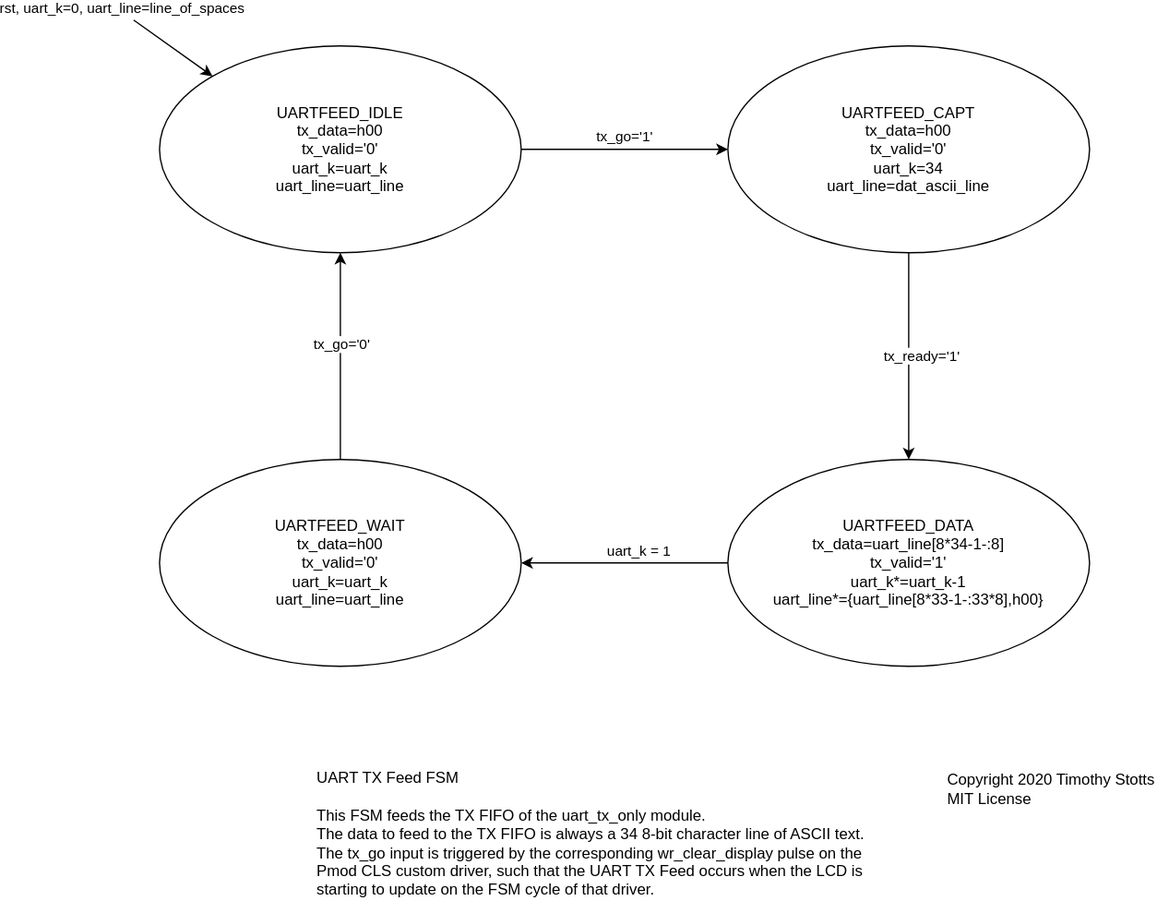
The draw.io diagram ACL-Tester-Design-Documents/ACL-Tester-Design-Diagrams-UARTfeed.svg in timothystotts/fpga-serial-acl-tester-1, before a commit. Source tidied: cells renumbered, new cells last; positions are measured from the earlier drawing's top-left corner, leaving out a move shared by most shapes.
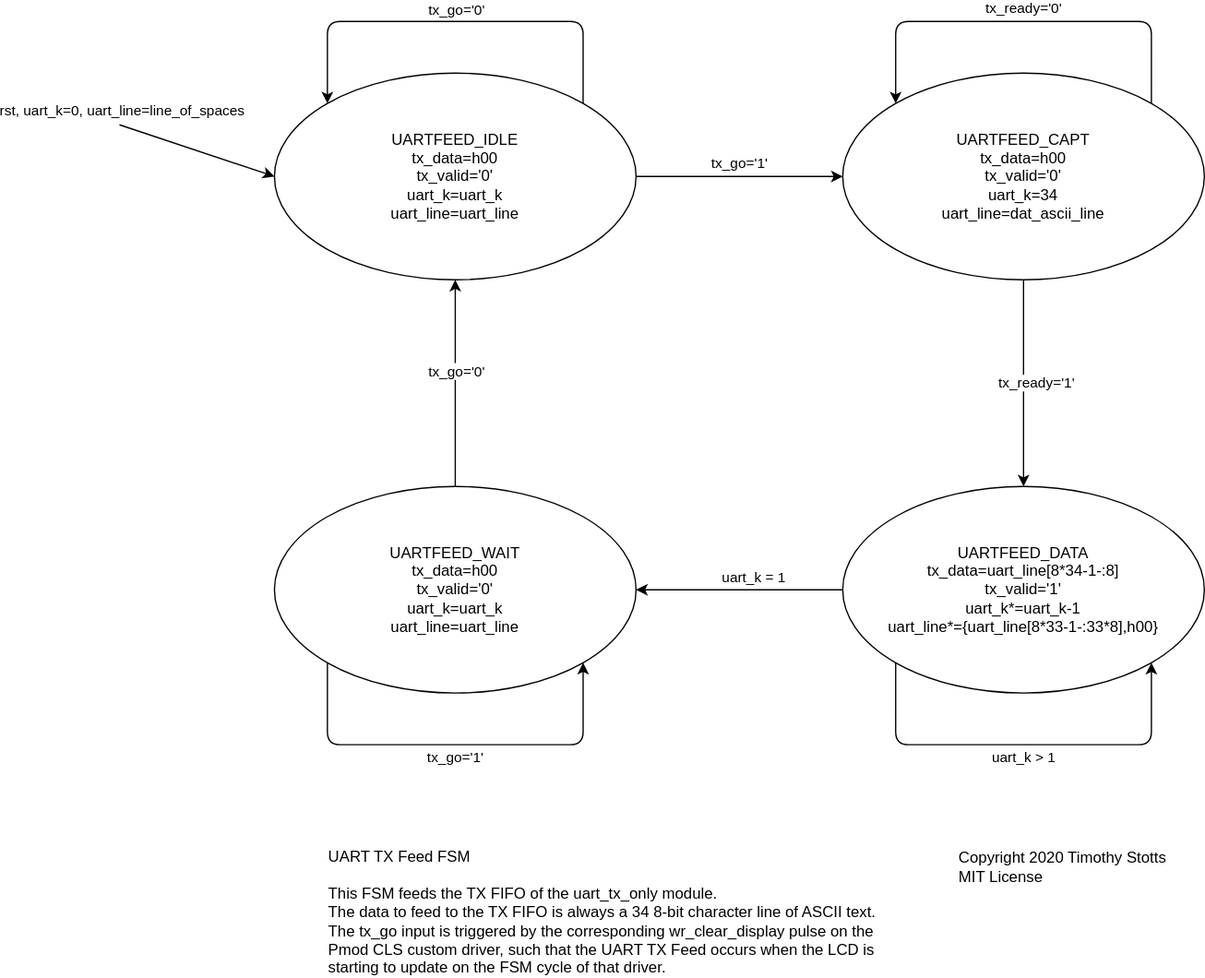
After the commit.

Diff of the diagram source:
```diff
@@ -36,9 +36,9 @@
         <mxPoint x="2" y="14" as="offset" />
       </mxGeometry>
     </mxCell>
-    <mxCell id="12" style="endArrow=classic;html=1;entryX=0;entryY=0;entryDx=0;entryDy=0;" parent="1" edge="1" target="2">
+    <mxCell id="12" style="endArrow=classic;html=1;entryX=0;entryY=0.5;entryDx=0;entryDy=0;" parent="1" edge="1" target="2">
       <mxGeometry relative="1" as="geometry">
-        <mxPoint as="sourcePoint" />
+        <mxPoint x="-100" y="60" as="sourcePoint" />
       </mxGeometry>
     </mxCell>
     <mxCell id="13" value="rst, uart_k=0, uart_line=line_of_spaces" style="edgeLabel;html=1;align=center;verticalAlign=middle;" parent="12" vertex="1">
@@ -47,10 +47,47 @@
       </mxGeometry>
     </mxCell>
     <mxCell id="14" value="UART TX Feed FSM&lt;br&gt;&lt;br&gt;This FSM feeds the TX FIFO of the uart_tx_only module.&lt;br&gt;The data to feed to the TX FIFO is always a 34 8-bit character line of ASCII text.&lt;br&gt;The tx_go input is triggered by the corresponding wr_clear_display pulse on the&lt;br&gt;Pmod CLS custom driver, such that the UART TX Feed occurs when the LCD is&lt;br&gt;starting to update on the FSM cycle of that driver." style="text;html=1;align=left;verticalAlign=middle;" parent="1" vertex="1">
-      <mxGeometry x="140" y="580" width="440" height="100" as="geometry" />
+      <mxGeometry x="60" y="620" width="440" height="100" as="geometry" />
     </mxCell>
     <mxCell id="15" value="&lt;div style=&quot;text-align: left&quot;&gt;&lt;span&gt;Copyright 2020 Timothy Stotts&lt;/span&gt;&lt;/div&gt;&lt;div style=&quot;text-align: left&quot;&gt;&lt;span&gt;MIT License&lt;/span&gt;&lt;/div&gt;" style="text;html=1;align=center;verticalAlign=middle;" parent="1" vertex="1">
-      <mxGeometry x="620" y="580" width="180" height="30" as="geometry" />
+      <mxGeometry x="540" y="620" width="180" height="30" as="geometry" />
     </mxCell>
+    <mxCell id="16" style="endArrow=classic;html=1;entryX=0;entryY=0;entryDx=0;entryDy=0;exitX=1;exitY=0;exitDx=0;exitDy=0;" parent="1" edge="1" source="2" target="2">
+      <mxGeometry relative="1" as="geometry">
+        <Array as="points">
+          <mxPoint x="259" y="-20" />
+          <mxPoint x="61" y="-20" />
+        </Array>
+      </mxGeometry>
+    </mxCell>
+    <mxCell id="17" value="tx_go='0'" style="edgeLabel;html=1;align=center;verticalAlign=middle;" parent="16" vertex="1">
+      <mxGeometry x="0.15" y="-4" relative="1" as="geometry">
+        <mxPoint x="23.6" y="-6" as="offset" />
+      </mxGeometry>
+    </mxCell>
+    <mxCell id="18" value="tx_ready='0'" style="endArrow=classic;html=1;exitX=1;exitY=0;exitDx=0;exitDy=0;entryX=0;entryY=0;entryDx=0;entryDy=0;" parent="1" edge="1" source="3" target="3">
+      <mxGeometry y="-10" relative="1" as="geometry">
+        <Array as="points">
+          <mxPoint x="699" y="-20" />
+          <mxPoint x="501" y="-20" />
+        </Array>
+      </mxGeometry>
+    </mxCell>
+    <mxCell id="19" value="uart_k &amp;gt; 1" style="endArrow=classic;html=1;exitX=0;exitY=1;exitDx=0;exitDy=0;entryX=1;entryY=1;entryDx=0;entryDy=0;" parent="1" edge="1" source="5" target="5">
+      <mxGeometry y="-10" relative="1" as="geometry">
+        <Array as="points">
+          <mxPoint x="501" y="540" />
+          <mxPoint x="699" y="540" />
+        </Array>
+      </mxGeometry>
+    </mxCell>
+    <mxCell id="20" value="tx_go='1'" style="endArrow=classic;html=1;exitX=0;exitY=1;exitDx=0;exitDy=0;entryX=1;entryY=1;entryDx=0;entryDy=0;" parent="1" edge="1" source="9" target="9">
+      <mxGeometry y="-10" relative="1" as="geometry">
+        <Array as="points">
+          <mxPoint x="61" y="540" />
+          <mxPoint x="259" y="540" />
+        </Array>
+      </mxGeometry>
+    </mxCell>
   </root>
 </mxGraphModel>
```
